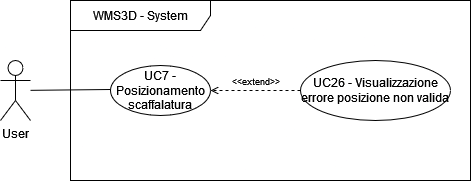
Above: Documentazione/RTB/Esterna/analisi_dei_requisiti/UC_diagrams_1-10/UC7.drawio.png in Avant-Garde-Software-Engineering/Documents (draw.io), before the change. Source tidied: cells renumbered, new cells last; positions are measured from the earlier drawing's top-left corner, leaving out a move shared by most shapes. Its diagram source:
```xml
<mxGraphModel>
  <root>
    <mxCell id="0" />
    <mxCell id="1" parent="0" />
    <mxCell id="2" value="WMS3D - System" style="shape=umlFrame;whiteSpace=wrap;html=1;width=140;height=30;" parent="1" vertex="1">
      <mxGeometry x="70" width="400" height="180" as="geometry" />
    </mxCell>
    <mxCell id="3" style="rounded=0;jettySize=auto;html=1;entryX=0;entryY=0.5;entryDx=0;entryDy=0;endArrow=none;endFill=0;" parent="1" edge="1" source="4">
      <mxGeometry relative="1" as="geometry">
        <mxPoint x="110" y="89" as="targetPoint" />
      </mxGeometry>
    </mxCell>
    <mxCell id="4" value="User" style="shape=umlActor;verticalLabelPosition=bottom;verticalAlign=top;html=1;labelPosition=center;align=center;" parent="1" vertex="1">
      <mxGeometry y="60" width="30" height="60" as="geometry" />
    </mxCell>
    <mxCell id="5" value="UC7 - Posizionamento scaffalatura" style="ellipse;whiteSpace=wrap;html=1;" parent="1" vertex="1">
      <mxGeometry x="110" y="65" width="100" height="50" as="geometry" />
    </mxCell>
    <mxCell id="6" value="UC26 - Visualizzazione errore posizione non valida" style="ellipse;whiteSpace=wrap;html=1;" parent="1" vertex="1">
      <mxGeometry x="300" y="60" width="150" height="60" as="geometry" />
    </mxCell>
    <mxCell id="7" value="&lt;font style=&quot;font-size: 9px;&quot;&gt;&amp;lt;&amp;lt;extend&amp;gt;&amp;gt;&lt;/font&gt;" style="rounded=0;jettySize=auto;html=1;exitX=0;exitY=0.5;exitDx=0;exitDy=0;entryX=1;entryY=0.5;entryDx=0;entryDy=0;dashed=1;endArrow=open;endFill=0;labelPosition=center;verticalLabelPosition=top;align=center;verticalAlign=bottom;" parent="1" edge="1" source="6" target="5">
      <mxGeometry relative="1" as="geometry" />
    </mxCell>
  </root>
</mxGraphModel>
```
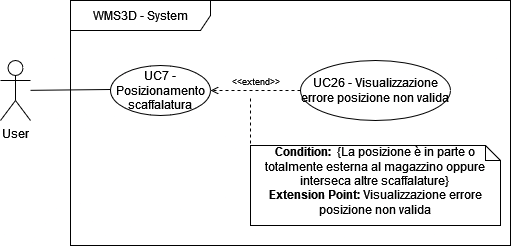
The same diagram one commit later.

The edit, as a diff of the source:
```diff
@@ -3,7 +3,7 @@
     <mxCell id="0" />
     <mxCell id="1" parent="0" />
     <mxCell id="2" value="WMS3D - System" style="shape=umlFrame;whiteSpace=wrap;html=1;width=140;height=30;" parent="1" vertex="1">
-      <mxGeometry x="70" width="400" height="180" as="geometry" />
+      <mxGeometry x="70" width="440" height="245" as="geometry" />
     </mxCell>
     <mxCell id="3" style="rounded=0;jettySize=auto;html=1;entryX=0;entryY=0.5;entryDx=0;entryDy=0;endArrow=none;endFill=0;" parent="1" edge="1" source="4">
       <mxGeometry relative="1" as="geometry">
@@ -22,5 +22,13 @@
     <mxCell id="7" value="&lt;font style=&quot;font-size: 9px;&quot;&gt;&amp;lt;&amp;lt;extend&amp;gt;&amp;gt;&lt;/font&gt;" style="rounded=0;jettySize=auto;html=1;exitX=0;exitY=0.5;exitDx=0;exitDy=0;entryX=1;entryY=0.5;entryDx=0;entryDy=0;dashed=1;endArrow=open;endFill=0;labelPosition=center;verticalLabelPosition=top;align=center;verticalAlign=bottom;" parent="1" edge="1" source="6" target="5">
       <mxGeometry relative="1" as="geometry" />
     </mxCell>
+    <mxCell id="8" value="&lt;div&gt;&lt;b&gt;Condition:&amp;nbsp; &lt;/b&gt;{La posizione è in parte o totalmente esterna al magazzino oppure interseca altre scaffalature} &lt;br&gt;&lt;/div&gt;&lt;div&gt;&lt;b&gt;Extension Point:&lt;/b&gt; Visualizzazione errore posizione non valida&lt;br&gt;&lt;/div&gt;" style="shape=note;html=1;size=15;spacingLeft=5;align=left;html=1;overflow=fill;whiteSpace=wrap;align=center;" parent="1" vertex="1">
+      <mxGeometry x="250" y="145" width="250" height="80" as="geometry" />
+    </mxCell>
+    <mxCell id="9" style="rounded=0;jettySize=auto;html=1;exitX=0;exitY=0.5;exitDx=0;exitDy=0;exitPerimeter=0;dashed=1;endArrow=none;endFill=0;" parent="1" edge="1" source="8">
+      <mxGeometry relative="1" as="geometry">
+        <mxPoint x="250" y="95" as="targetPoint" />
+      </mxGeometry>
+    </mxCell>
   </root>
 </mxGraphModel>
```
